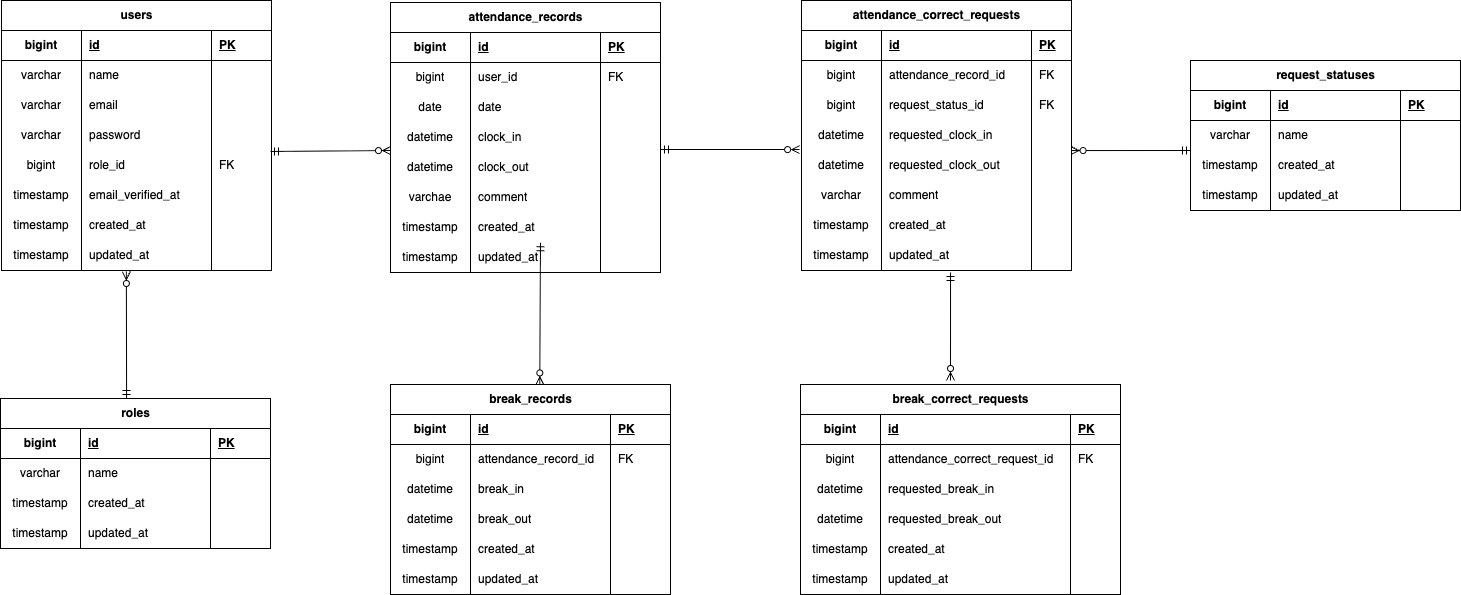
This is ER.drawio.png from Tamori169/Laravel-attendance-management, a draw.io export, as it was before one commit. Source tidied: cells renumbered, new cells last; positions are measured from the earlier drawing's top-left corner, leaving out a move shared by most shapes.
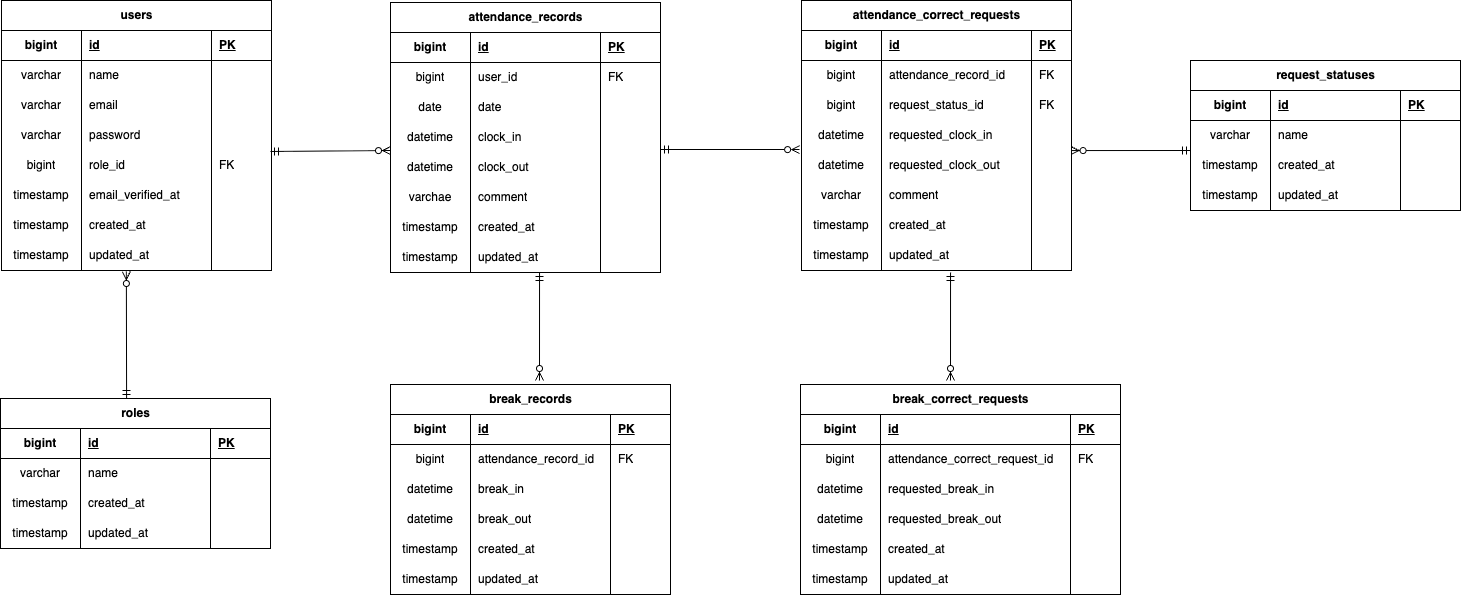
The same diagram one commit later.

Commit message:
ER図リレーション微修正

Change to the diagram source:
```diff
@@ -337,9 +337,10 @@
     <mxCell id="111" style="shape=partialRectangle;fillColor=none;top=0;left=0;bottom=0;right=0;align=left;spacingLeft=6;overflow=hidden;whiteSpace=wrap;html=1;" parent="108" vertex="1">
       <mxGeometry x="220" width="60" height="30" as="geometry" />
     </mxCell>
-    <mxCell id="112" style="fontSize=12;html=1;endArrow=ERzeroToMany;startArrow=ERmandOne;exitX=0.546;exitY=1.055;exitDx=0;exitDy=0;exitPerimeter=0;entryX=0.533;entryY=0.002;entryDx=0;entryDy=0;entryPerimeter=0;" parent="1" edge="1" target="87">
+    <mxCell id="112" style="fontSize=12;html=1;endArrow=ERzeroToMany;startArrow=ERmandOne;exitX=0.552;exitY=0.933;exitDx=0;exitDy=0;exitPerimeter=0;" parent="1" edge="1">
       <mxGeometry relative="1" as="geometry">
-        <mxPoint x="540" y="242.2" as="sourcePoint" />
+        <mxPoint x="539" y="272" as="sourcePoint" />
+        <mxPoint x="539" y="380" as="targetPoint" />
       </mxGeometry>
     </mxCell>
     <mxCell id="113" value="attendance_correct_requests" style="shape=table;startSize=30;rowLines=0;fontStyle=1;align=center;html=1;" parent="1" vertex="1">
```
